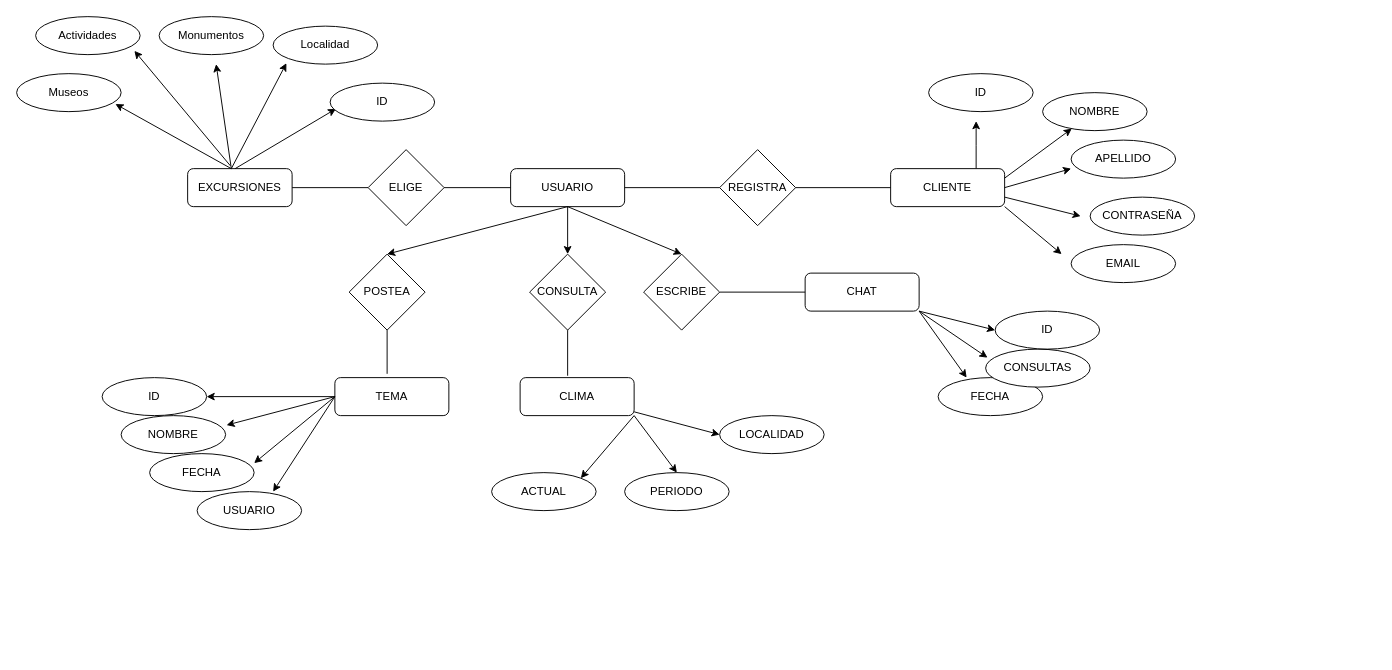
FullStackCatamarca/proyecto_g2-proyecto_g2 keeps this draw.io diagram as Corregir DER grupo 2.drawio. Above is the earlier version. Source tidied: cells renumbered, new cells numbered last; positions are measured from the earlier drawing's top-left corner, leaving out a move shared by most shapes. Both pictures are drawn from the tidied source at 95%, with x=0, y=0 at pixel (16, 16).
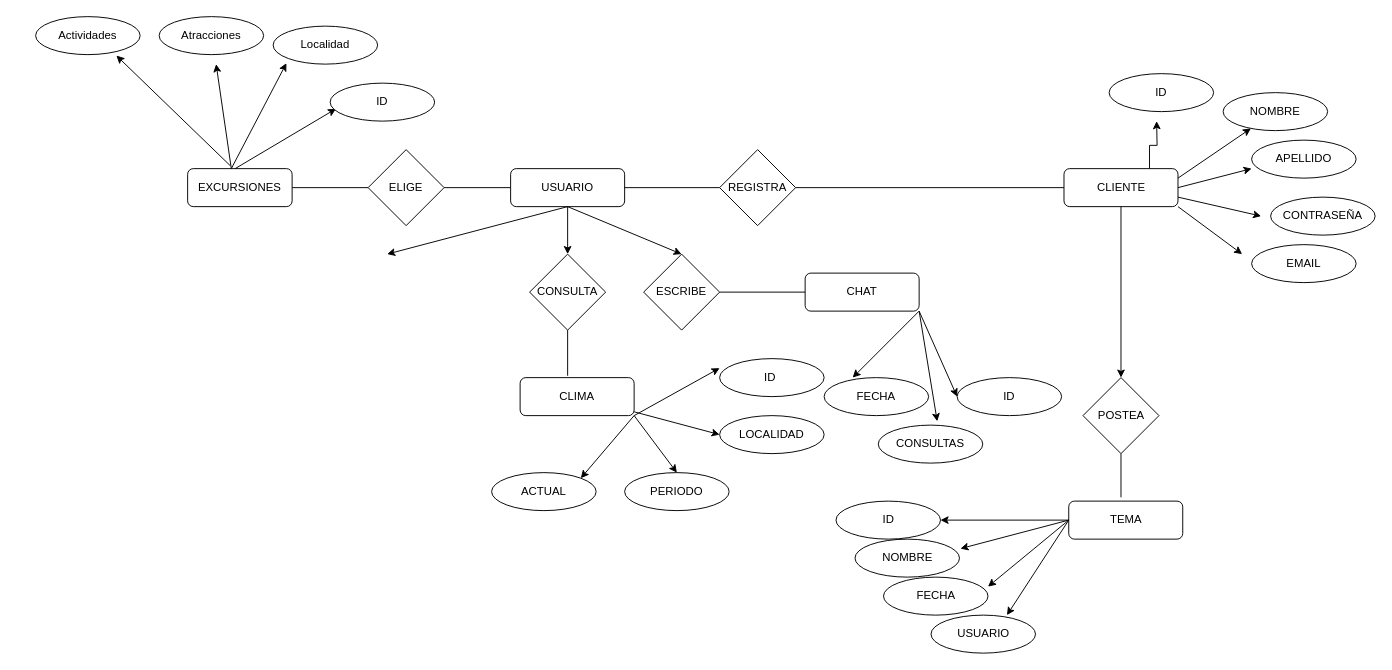
Above is the later version.

Unchanged cells that the change refers to:
```xml
<mxCell id="2" value="USUARIO" style="rounded=1;whiteSpace=wrap;html=1;fontSize=12;glass=0;strokeWidth=1;shadow=0;" parent="1" vertex="1">
  <mxGeometry x="520" y="160" width="120" height="40" as="geometry" />
</mxCell>
<mxCell id="3" value="EXCURSIONES" style="rounded=1;whiteSpace=wrap;html=1;" parent="1" vertex="1">
  <mxGeometry x="180" y="160" width="110" height="40" as="geometry" />
</mxCell>
<mxCell id="34" value="CHAT" style="rounded=1;whiteSpace=wrap;html=1;fontSize=12;glass=0;strokeWidth=1;shadow=0;" parent="1" vertex="1">
  <mxGeometry x="830" y="270" width="120" height="40" as="geometry" />
</mxCell>
<mxCell id="36" value="CLIMA" style="rounded=1;whiteSpace=wrap;html=1;fontSize=12;glass=0;strokeWidth=1;shadow=0;" parent="1" vertex="1">
  <mxGeometry x="530" y="380" width="120" height="40" as="geometry" />
</mxCell>
<mxCell id="61" value="Actividades" style="ellipse;whiteSpace=wrap;html=1;" parent="1" vertex="1">
  <mxGeometry x="20" width="110" height="40" as="geometry" />
</mxCell>
```

What changed in the source:
```diff
@@
-    <mxCell id="8" style="endArrow=classic;html=1;entryX=0.673;entryY=1.05;entryDx=0;entryDy=0;entryPerimeter=0;" parent="1" edge="1">
-      <mxGeometry relative="1" as="geometry">
-        <mxPoint x="226" y="160" as="sourcePoint" />
-        <mxPoint x="104" y="92" as="targetPoint" />
-      </mxGeometry>
-    </mxCell>
@@
     <mxCell id="11" style="edgeStyle=orthogonalEdgeStyle;rounded=0;jettySize=auto;html=1;exitX=0.75;exitY=0;exitDx=0;exitDy=0;" parent="1" edge="1" source="12">
       <mxGeometry relative="1" as="geometry">
-        <mxPoint x="1010" y="110" as="targetPoint" />
+        <mxPoint x="1200" y="110" as="targetPoint" />
       </mxGeometry>
     </mxCell>
     <mxCell id="12" value="CLIENTE" style="rounded=1;whiteSpace=wrap;html=1;fontSize=12;glass=0;strokeWidth=1;shadow=0;" parent="1" vertex="1">
-      <mxGeometry x="920" y="160" width="120" height="40" as="geometry" />
+      <mxGeometry x="1102.5" y="160" width="120" height="40" as="geometry" />
     </mxCell>
@@
     <mxCell id="14" value="NOMBRE" style="ellipse;whiteSpace=wrap;html=1;" parent="1" vertex="1">
-      <mxGeometry x="1080" y="80" width="110" height="40" as="geometry" />
+      <mxGeometry x="1270" y="80" width="110" height="40" as="geometry" />
     </mxCell>
     <mxCell id="15" value="APELLIDO" style="ellipse;whiteSpace=wrap;html=1;" parent="1" vertex="1">
-      <mxGeometry x="1110" y="130" width="110" height="40" as="geometry" />
+      <mxGeometry x="1300" y="130" width="110" height="40" as="geometry" />
     </mxCell>
     <mxCell id="16" value="CONTRASEÑA" style="ellipse;whiteSpace=wrap;html=1;" parent="1" vertex="1">
-      <mxGeometry x="1130" y="190" width="110" height="40" as="geometry" />
+      <mxGeometry x="1320" y="190" width="110" height="40" as="geometry" />
     </mxCell>
     <mxCell id="17" value="ID" style="ellipse;whiteSpace=wrap;html=1;" parent="1" vertex="1">
-      <mxGeometry x="960" y="60" width="110" height="40" as="geometry" />
+      <mxGeometry x="1150" y="60" width="110" height="40" as="geometry" />
     </mxCell>
     <mxCell id="18" value="EMAIL" style="ellipse;whiteSpace=wrap;html=1;" parent="1" vertex="1">
-      <mxGeometry x="1110" y="240" width="110" height="40" as="geometry" />
+      <mxGeometry x="1300" y="240" width="110" height="40" as="geometry" />
     </mxCell>
@@
     <mxCell id="20" style="endArrow=classic;html=1;exitX=1;exitY=0.75;exitDx=0;exitDy=0;" parent="1" edge="1" source="12">
       <mxGeometry relative="1" as="geometry">
-        <mxPoint x="1120" y="210" as="targetPoint" />
+        <mxPoint x="1310" y="210" as="targetPoint" />
       </mxGeometry>
     </mxCell>
     <mxCell id="21" style="endArrow=classic;html=1;exitX=1;exitY=1;exitDx=0;exitDy=0;" parent="1" edge="1" source="12">
       <mxGeometry relative="1" as="geometry">
-        <mxPoint x="1100" y="250" as="targetPoint" />
+        <mxPoint x="1290" y="250" as="targetPoint" />
       </mxGeometry>
     </mxCell>
@@
-    <mxCell id="25" value="POSTEA" style="rhombus;whiteSpace=wrap;html=1;" parent="1" vertex="1">
-      <mxGeometry x="350" y="250" width="80" height="80" as="geometry" />
-    </mxCell>
@@
-    <mxCell id="28" style="endArrow=classic;html=1;shadow=0;strokeColor=#000000;exitX=0.5;exitY=1;exitDx=0;exitDy=0;entryX=0.5;entryY=0;entryDx=0;entryDy=0;" parent="1" edge="1" source="2" target="25">
-      <mxGeometry relative="1" as="geometry" />
+    <mxCell id="28" style="endArrow=classic;html=1;shadow=0;strokeColor=#000000;exitX=0.5;exitY=1;exitDx=0;exitDy=0;entryX=0.5;entryY=0;entryDx=0;entryDy=0;" parent="1" edge="1" source="2">
+      <mxGeometry relative="1" as="geometry">
+        <mxPoint x="390" y="250" as="targetPoint" />
+      </mxGeometry>
     </mxCell>
@@
     <mxCell id="31" value="FECHA" style="ellipse;whiteSpace=wrap;html=1;" parent="1" vertex="1">
-      <mxGeometry x="970" y="380" width="110" height="40" as="geometry" />
+      <mxGeometry x="850" y="380" width="110" height="40" as="geometry" />
     </mxCell>
     <mxCell id="32" value="CONSULTAS" style="ellipse;whiteSpace=wrap;html=1;" parent="1" vertex="1">
-      <mxGeometry x="1020" y="350" width="110" height="40" as="geometry" />
+      <mxGeometry x="907" y="430" width="110" height="40" as="geometry" />
     </mxCell>
     <mxCell id="33" value="ID" style="ellipse;whiteSpace=wrap;html=1;" parent="1" vertex="1">
-      <mxGeometry x="1030" y="310" width="110" height="40" as="geometry" />
+      <mxGeometry x="990" y="380" width="110" height="40" as="geometry" />
     </mxCell>
@@
-    <mxCell id="37" value="TEMA" style="rounded=1;whiteSpace=wrap;html=1;fontSize=12;glass=0;strokeWidth=1;shadow=0;" parent="1" vertex="1">
-      <mxGeometry x="335" y="380" width="120" height="40" as="geometry" />
-    </mxCell>
@@
-    <mxCell id="39" value="USUARIO" style="ellipse;whiteSpace=wrap;html=1;" parent="1" vertex="1">
-      <mxGeometry x="190" y="500" width="110" height="40" as="geometry" />
-    </mxCell>
-    <mxCell id="40" value="FECHA" style="ellipse;whiteSpace=wrap;html=1;" parent="1" vertex="1">
-      <mxGeometry x="140" y="460" width="110" height="40" as="geometry" />
-    </mxCell>
-    <mxCell id="41" value="NOMBRE" style="ellipse;whiteSpace=wrap;html=1;" parent="1" vertex="1">
-      <mxGeometry x="110" y="420" width="110" height="40" as="geometry" />
-    </mxCell>
-    <mxCell id="42" value="ID" style="ellipse;whiteSpace=wrap;html=1;" parent="1" vertex="1">
-      <mxGeometry x="90" y="380" width="110" height="40" as="geometry" />
-    </mxCell>
@@
-    <mxCell id="44" style="endArrow=classic;html=1;shadow=0;strokeColor=#000000;exitX=1;exitY=1;exitDx=0;exitDy=0;entryX=0.018;entryY=0.225;entryDx=0;entryDy=0;entryPerimeter=0;" parent="1" edge="1" source="34" target="32">
+    <mxCell id="44" style="endArrow=classic;html=1;shadow=0;strokeColor=#000000;exitX=1;exitY=1;exitDx=0;exitDy=0;entryX=0.564;entryY=-0.1;entryDx=0;entryDy=0;entryPerimeter=0;" parent="1" edge="1" source="34" target="32">
       <mxGeometry relative="1" as="geometry" />
     </mxCell>
@@
-    <mxCell id="48" style="endArrow=none;html=1;shadow=0;strokeColor=#000000;entryX=0.5;entryY=1;entryDx=0;entryDy=0;" parent="1" edge="1" target="25">
-      <mxGeometry relative="1" as="geometry">
-        <mxPoint x="390" y="376" as="sourcePoint" />
-      </mxGeometry>
-    </mxCell>
@@
-    <mxCell id="53" style="endArrow=classic;html=1;shadow=0;strokeColor=#000000;entryX=1;entryY=0.25;entryDx=0;entryDy=0;entryPerimeter=0;" parent="1" edge="1" target="40">
-      <mxGeometry relative="1" as="geometry">
-        <mxPoint x="335" y="400" as="sourcePoint" />
-      </mxGeometry>
-    </mxCell>
-    <mxCell id="54" style="endArrow=classic;html=1;shadow=0;strokeColor=#000000;entryX=1.009;entryY=0.25;entryDx=0;entryDy=0;entryPerimeter=0;" parent="1" edge="1" target="41">
-      <mxGeometry relative="1" as="geometry">
-        <mxPoint x="335" y="400" as="sourcePoint" />
-      </mxGeometry>
-    </mxCell>
-    <mxCell id="55" style="endArrow=classic;html=1;shadow=0;strokeColor=#000000;entryX=1;entryY=0.5;entryDx=0;entryDy=0;" parent="1" edge="1" target="42">
-      <mxGeometry relative="1" as="geometry">
-        <mxPoint x="335" y="400" as="sourcePoint" />
-      </mxGeometry>
-    </mxCell>
-    <mxCell id="56" style="endArrow=classic;html=1;shadow=0;strokeColor=#000000;entryX=0.727;entryY=0;entryDx=0;entryDy=0;entryPerimeter=0;" parent="1" edge="1" target="39">
-      <mxGeometry relative="1" as="geometry">
-        <mxPoint x="335" y="400" as="sourcePoint" />
-      </mxGeometry>
-    </mxCell>
@@
-    <mxCell id="59" value="Monumentos" style="ellipse;whiteSpace=wrap;html=1;" parent="1" vertex="1">
+    <mxCell id="59" value="Atracciones" style="ellipse;whiteSpace=wrap;html=1;" parent="1" vertex="1">
       <mxGeometry x="150" width="110" height="40" as="geometry" />
     </mxCell>
-    <mxCell id="60" value="Museos" style="ellipse;whiteSpace=wrap;html=1;" parent="1" vertex="1">
-      <mxGeometry y="60" width="110" height="40" as="geometry" />
-    </mxCell>
@@
-    <mxCell id="62" style="endArrow=classic;html=1;exitX=0.409;exitY=-0.075;exitDx=0;exitDy=0;exitPerimeter=0;entryX=0.945;entryY=0.9;entryDx=0;entryDy=0;entryPerimeter=0;" parent="1" edge="1" source="3" target="61">
+    <mxCell id="62" style="endArrow=classic;html=1;exitX=0.409;exitY=-0.075;exitDx=0;exitDy=0;exitPerimeter=0;entryX=0.773;entryY=1.025;entryDx=0;entryDy=0;entryPerimeter=0;" parent="1" edge="1" source="3" target="61">
       <mxGeometry relative="1" as="geometry" />
     </mxCell>
+    <mxCell id="63" value="ID&amp;nbsp;" style="ellipse;whiteSpace=wrap;html=1;" parent="1" vertex="1">
+      <mxGeometry x="740" y="360" width="110" height="40" as="geometry" />
+    </mxCell>
+    <mxCell id="64" style="endArrow=classic;html=1;entryX=0;entryY=0.25;entryDx=0;entryDy=0;entryPerimeter=0;exitX=1;exitY=1;exitDx=0;exitDy=0;" parent="1" edge="1" source="36" target="63">
+      <mxGeometry relative="1" as="geometry" />
+    </mxCell>
+    <mxCell id="25" value="POSTEA" style="rhombus;whiteSpace=wrap;html=1;" parent="1" vertex="1">
+      <mxGeometry x="1122.5" y="380" width="80" height="80" as="geometry" />
+    </mxCell>
+    <mxCell id="37" value="TEMA" style="rounded=1;whiteSpace=wrap;html=1;fontSize=12;glass=0;strokeWidth=1;shadow=0;" parent="1" vertex="1">
+      <mxGeometry x="1107.5" y="510" width="120" height="40" as="geometry" />
+    </mxCell>
+    <mxCell id="39" value="USUARIO" style="ellipse;whiteSpace=wrap;html=1;" parent="1" vertex="1">
+      <mxGeometry x="962.5" y="630" width="110" height="40" as="geometry" />
+    </mxCell>
+    <mxCell id="40" value="FECHA" style="ellipse;whiteSpace=wrap;html=1;" parent="1" vertex="1">
+      <mxGeometry x="912.5" y="590" width="110" height="40" as="geometry" />
+    </mxCell>
+    <mxCell id="41" value="NOMBRE" style="ellipse;whiteSpace=wrap;html=1;" parent="1" vertex="1">
+      <mxGeometry x="882.5" y="550" width="110" height="40" as="geometry" />
+    </mxCell>
+    <mxCell id="42" value="ID" style="ellipse;whiteSpace=wrap;html=1;" parent="1" vertex="1">
+      <mxGeometry x="862.5" y="510" width="110" height="40" as="geometry" />
+    </mxCell>
+    <mxCell id="65" style="endArrow=none;html=1;shadow=0;strokeColor=#000000;entryX=0.5;entryY=1;entryDx=0;entryDy=0;" parent="1" edge="1" target="25">
+      <mxGeometry relative="1" as="geometry">
+        <mxPoint x="1162.5" y="506" as="sourcePoint" />
+      </mxGeometry>
+    </mxCell>
+    <mxCell id="66" style="endArrow=classic;html=1;shadow=0;strokeColor=#000000;entryX=1;entryY=0.25;entryDx=0;entryDy=0;entryPerimeter=0;" parent="1" edge="1" target="40">
+      <mxGeometry relative="1" as="geometry">
+        <mxPoint x="1107.5" y="530" as="sourcePoint" />
+      </mxGeometry>
+    </mxCell>
+    <mxCell id="67" style="endArrow=classic;html=1;shadow=0;strokeColor=#000000;entryX=1.009;entryY=0.25;entryDx=0;entryDy=0;entryPerimeter=0;" parent="1" edge="1" target="41">
+      <mxGeometry relative="1" as="geometry">
+        <mxPoint x="1107.5" y="530" as="sourcePoint" />
+      </mxGeometry>
+    </mxCell>
+    <mxCell id="68" style="endArrow=classic;html=1;shadow=0;strokeColor=#000000;entryX=1;entryY=0.5;entryDx=0;entryDy=0;" parent="1" edge="1" target="42">
+      <mxGeometry relative="1" as="geometry">
+        <mxPoint x="1107.5" y="530" as="sourcePoint" />
+      </mxGeometry>
+    </mxCell>
+    <mxCell id="69" style="endArrow=classic;html=1;shadow=0;strokeColor=#000000;entryX=0.727;entryY=0;entryDx=0;entryDy=0;entryPerimeter=0;" parent="1" edge="1" target="39">
+      <mxGeometry relative="1" as="geometry">
+        <mxPoint x="1107.5" y="530" as="sourcePoint" />
+      </mxGeometry>
+    </mxCell>
+    <mxCell id="70" style="endArrow=classic;html=1;exitX=0.5;exitY=1;exitDx=0;exitDy=0;entryX=0.5;entryY=0;entryDx=0;entryDy=0;" parent="1" edge="1" source="12" target="25">
+      <mxGeometry relative="1" as="geometry" />
+    </mxCell>
```
